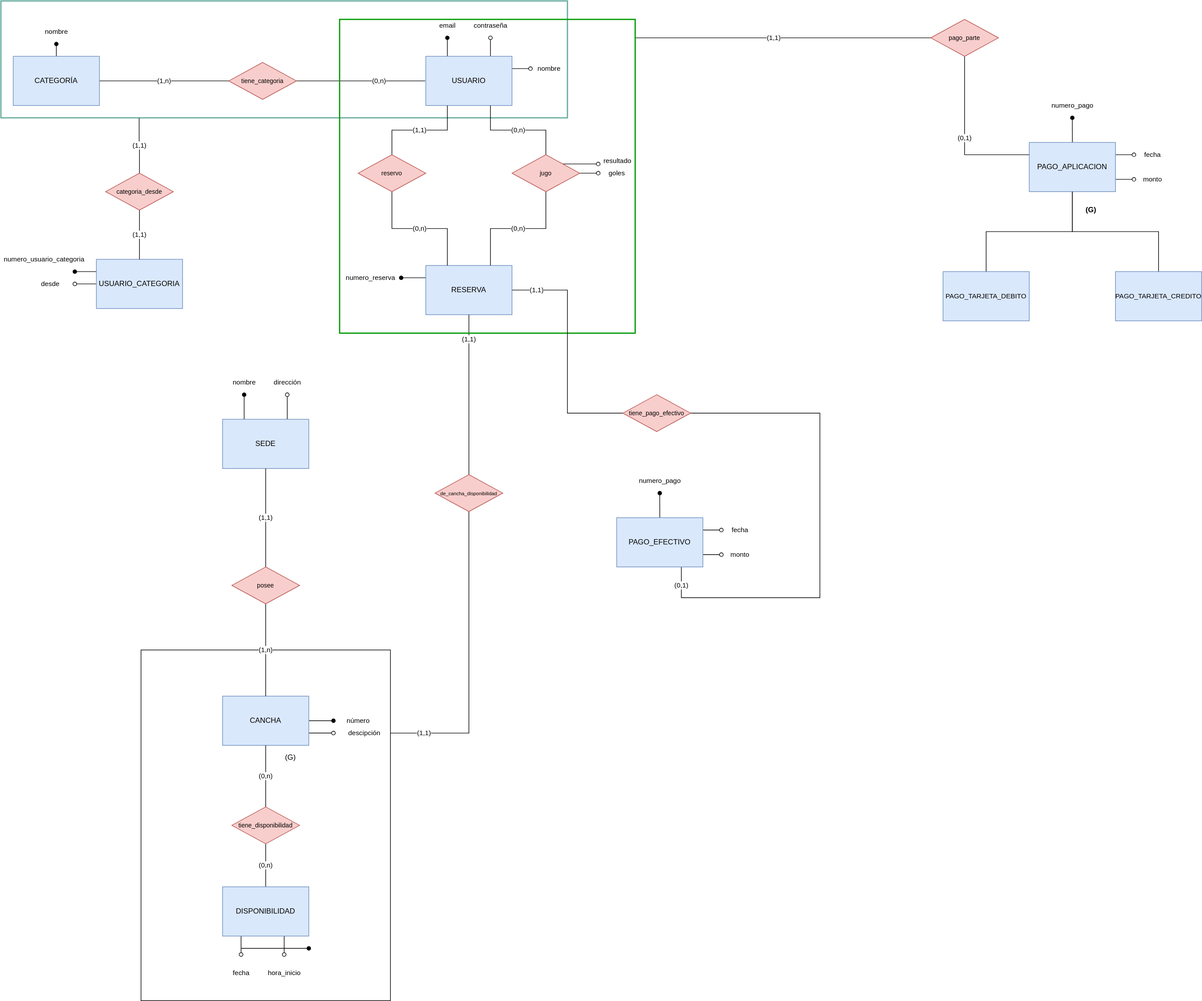
Above: grupo14-etapa1.svg in juliancasaburi/bases-de-datos-1-ti-unlp-2020 (draw.io), before the change. Source tidied: cells renumbered, new cells last; positions are measured from the earlier drawing's top-left corner, leaving out a move shared by most shapes.
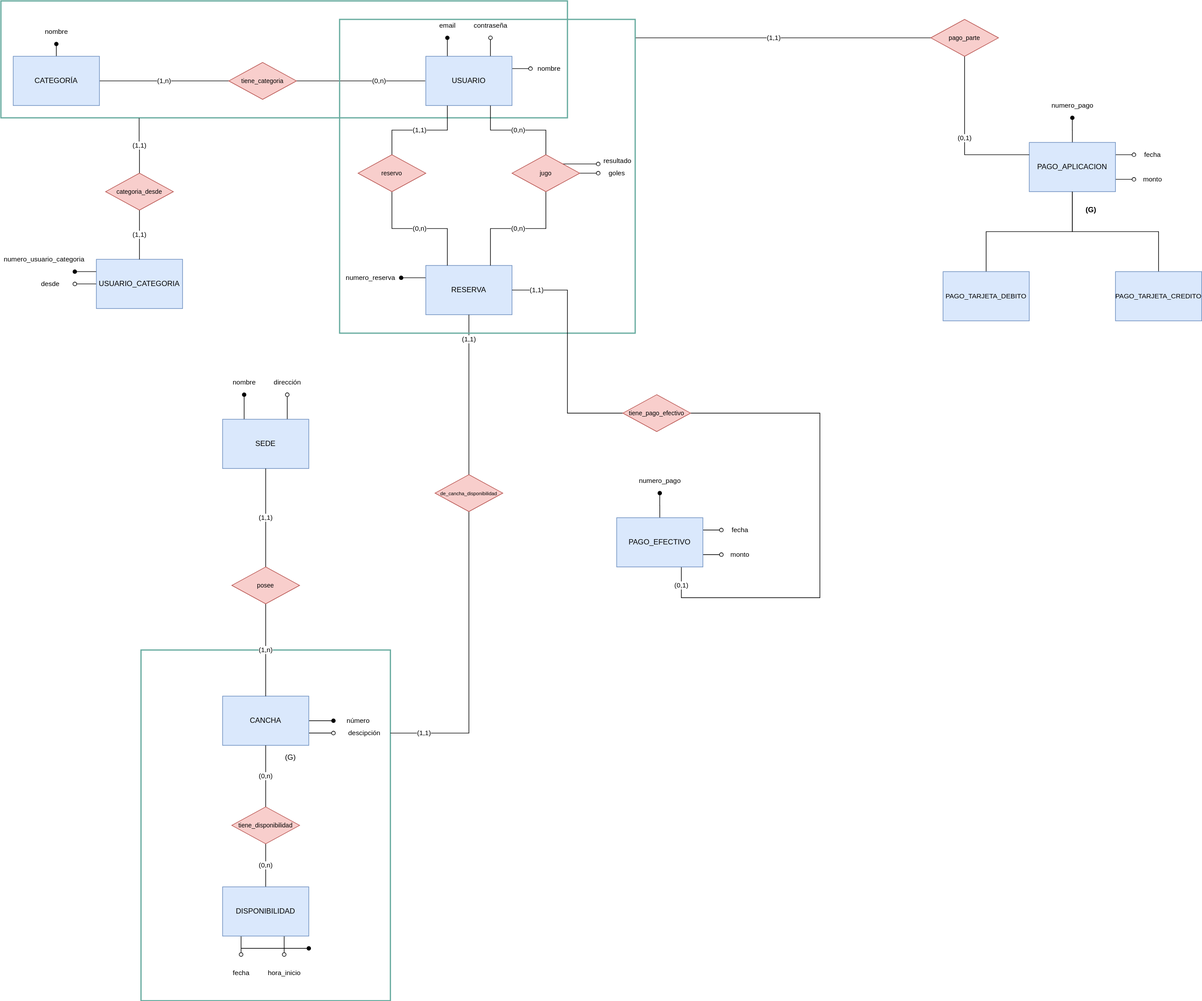
After the commit.

Commit message:
[E1] Se actualiza estilo de agregación

The edit, as a diff of the source:
```diff
@@ -5,7 +5,7 @@
     <mxCell id="2" style="rounded=0;whiteSpace=wrap;html=1;fillColor=none;strokeColor=#67AB9F;strokeWidth=2;" parent="1" vertex="1">
       <mxGeometry width="920" height="190" as="geometry" />
     </mxCell>
-    <mxCell id="3" style="rounded=0;whiteSpace=wrap;html=1;fillColor=none;" parent="1" vertex="1">
+    <mxCell id="3" style="rounded=0;whiteSpace=wrap;html=1;fillColor=none;strokeColor=#67AB9F;strokeWidth=2;" parent="1" vertex="1">
       <mxGeometry x="227.5" y="1055" width="405" height="570" as="geometry" />
     </mxCell>
     <mxCell id="4" value="email" style="edgeStyle=orthogonalEdgeStyle;rounded=0;jettySize=auto;html=1;exitX=0.25;exitY=0;exitDx=0;exitDy=0;endArrow=oval;endFill=1;" parent="1" edge="1" source="7">
@@ -250,7 +250,7 @@
         </Array>
       </mxGeometry>
     </mxCell>
-    <mxCell id="59" style="rounded=0;whiteSpace=wrap;html=1;strokeWidth=2;fillColor=none;strokeColor=#009900;" parent="1" vertex="1">
+    <mxCell id="59" style="rounded=0;whiteSpace=wrap;html=1;strokeWidth=2;fillColor=none;strokeColor=#67AB9F;" parent="1" vertex="1">
       <mxGeometry x="550" y="30" width="480" height="510" as="geometry" />
     </mxCell>
     <mxCell id="60" value="(0,1)" style="edgeStyle=orthogonalEdgeStyle;rounded=0;jettySize=auto;html=1;exitX=0.5;exitY=1;exitDx=0;exitDy=0;entryX=0;entryY=0.25;entryDx=0;entryDy=0;endArrow=none;endFill=0;strokeWidth=1;" parent="1" edge="1" source="61" target="52">
```
